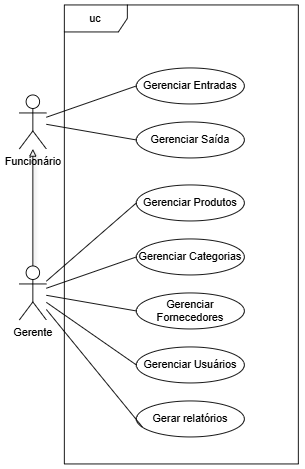
Before: Documentações/Diagrama_de_Caso_de_Uso.png, a diagram exported from draw.io (Estagio-UniFil/estagio-fernanda). Source tidied: cells renumbered, new cells last; positions are measured from the earlier drawing's top-left corner, leaving out a move shared by most shapes. The source it was exported from:
```xml
<mxGraphModel>
  <root>
    <mxCell id="0" />
    <mxCell id="1" parent="0" />
    <mxCell id="2" value="Gerente" style="shape=umlActor;verticalLabelPosition=bottom;verticalAlign=top;html=1;outlineConnect=0;" parent="1" vertex="1">
      <mxGeometry y="290" width="30" height="60" as="geometry" />
    </mxCell>
    <mxCell id="3" value="Funcionário" style="shape=umlActor;verticalLabelPosition=bottom;verticalAlign=top;html=1;outlineConnect=0;" parent="1" vertex="1">
      <mxGeometry y="100" width="30" height="60" as="geometry" />
    </mxCell>
    <mxCell id="4" value="Gerenciar Fornecedores" style="ellipse;whiteSpace=wrap;html=1;" parent="1" vertex="1">
      <mxGeometry x="130" y="320" width="120" height="40" as="geometry" />
    </mxCell>
    <mxCell id="5" value="Gerenciar Categorias" style="ellipse;whiteSpace=wrap;html=1;" parent="1" vertex="1">
      <mxGeometry x="130" y="260" width="120" height="40" as="geometry" />
    </mxCell>
    <mxCell id="6" value="Gerenciar Produtos" style="ellipse;whiteSpace=wrap;html=1;" parent="1" vertex="1">
      <mxGeometry x="130" y="200" width="120" height="40" as="geometry" />
    </mxCell>
    <mxCell id="7" value="Gerenciar Usuários" style="ellipse;whiteSpace=wrap;html=1;" parent="1" vertex="1">
      <mxGeometry x="130" y="380" width="120" height="40" as="geometry" />
    </mxCell>
    <mxCell id="8" value="Gerar relatórios" style="ellipse;whiteSpace=wrap;html=1;" parent="1" vertex="1">
      <mxGeometry x="130" y="440" width="120" height="40" as="geometry" />
    </mxCell>
    <mxCell id="9" value="Gerenciar Entradas" style="ellipse;whiteSpace=wrap;html=1;" parent="1" vertex="1">
      <mxGeometry x="130" y="70" width="120" height="40" as="geometry" />
    </mxCell>
    <mxCell id="10" value="Gerenciar Saída" style="ellipse;whiteSpace=wrap;html=1;" parent="1" vertex="1">
      <mxGeometry x="130" y="130" width="120" height="40" as="geometry" />
    </mxCell>
    <mxCell id="11" style="endArrow=none;html=1;rounded=0;exitX=0;exitY=0.5;exitDx=0;exitDy=0;" parent="1" edge="1" source="9" target="3">
      <mxGeometry relative="1" as="geometry" />
    </mxCell>
    <mxCell id="12" style="endArrow=none;html=1;rounded=0;entryX=0;entryY=0.5;entryDx=0;entryDy=0;" parent="1" edge="1" source="3" target="10">
      <mxGeometry relative="1" as="geometry" />
    </mxCell>
    <mxCell id="13" style="endArrow=none;html=1;rounded=0;entryX=0;entryY=0.5;entryDx=0;entryDy=0;" parent="1" edge="1" source="2" target="6">
      <mxGeometry relative="1" as="geometry" />
    </mxCell>
    <mxCell id="14" style="endArrow=none;html=1;rounded=0;entryX=0;entryY=0.5;entryDx=0;entryDy=0;" parent="1" edge="1" source="2" target="5">
      <mxGeometry relative="1" as="geometry" />
    </mxCell>
    <mxCell id="15" style="endArrow=none;html=1;rounded=0;entryX=0;entryY=0.5;entryDx=0;entryDy=0;" parent="1" edge="1" source="2" target="4">
      <mxGeometry relative="1" as="geometry" />
    </mxCell>
    <mxCell id="16" style="endArrow=none;html=1;rounded=0;entryX=0;entryY=0.5;entryDx=0;entryDy=0;" parent="1" edge="1" source="2" target="7">
      <mxGeometry relative="1" as="geometry" />
    </mxCell>
    <mxCell id="17" style="endArrow=none;html=1;rounded=0;entryX=0.055;entryY=0.72;entryDx=0;entryDy=0;entryPerimeter=0;" parent="1" edge="1" source="2" target="8">
      <mxGeometry relative="1" as="geometry" />
    </mxCell>
    <mxCell id="18" value="uc" style="shape=umlFrame;whiteSpace=wrap;html=1;width=70;height=30;" parent="1" vertex="1">
      <mxGeometry x="50" width="260" height="510" as="geometry" />
    </mxCell>
    <mxCell id="19" style="endArrow=block;html=1;rounded=0;shadow=1;strokeColor=default;align=center;verticalAlign=middle;fontFamily=Helvetica;fontSize=11;fontColor=default;labelBackgroundColor=default;endFill=0;" parent="1" edge="1" source="2" target="3">
      <mxGeometry relative="1" as="geometry" />
    </mxCell>
  </root>
</mxGraphModel>
```
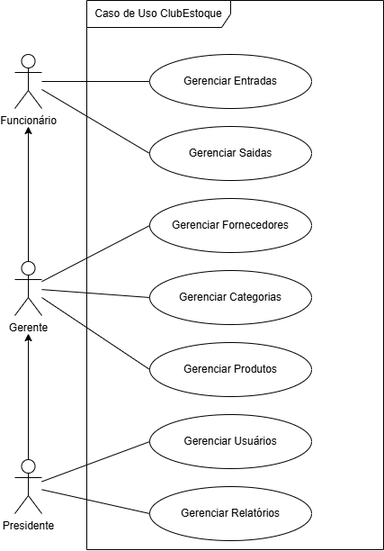
After the change.

Commit message:
Revisão com alterações

Diff of the diagram source:
```diff
@@ -2,59 +2,69 @@
   <root>
     <mxCell id="0" />
     <mxCell id="1" parent="0" />
-    <mxCell id="2" value="Gerente" style="shape=umlActor;verticalLabelPosition=bottom;verticalAlign=top;html=1;outlineConnect=0;" parent="1" vertex="1">
-      <mxGeometry y="290" width="30" height="60" as="geometry" />
-    </mxCell>
+    <mxCell id="20" style="edgeStyle=orthogonalEdgeStyle;rounded=0;jettySize=auto;html=1;endArrow=none;startFill=0;" parent="1" edge="1" source="3" target="9">
+      <mxGeometry relative="1" as="geometry" />
+    </mxCell>
-    <mxCell id="3" value="Funcionário" style="shape=umlActor;verticalLabelPosition=bottom;verticalAlign=top;html=1;outlineConnect=0;" parent="1" vertex="1">
-      <mxGeometry y="100" width="30" height="60" as="geometry" />
+    <mxCell id="3" value="Funcionário&lt;div&gt;&lt;br&gt;&lt;/div&gt;" style="shape=umlActor;verticalLabelPosition=bottom;verticalAlign=top;html=1;outlineConnect=0;" parent="1" vertex="1">
+      <mxGeometry x="-210" y="20" width="30" height="60" as="geometry" />
     </mxCell>
+    <mxCell id="21" value="Caso de Uso ClubEstoque" style="shape=umlFrame;whiteSpace=wrap;html=1;width=160;" parent="1" vertex="1">
+      <mxGeometry x="-130" y="-40" width="330" height="610" as="geometry" />
+    </mxCell>
+    <mxCell id="9" value="Gerenciar Entradas" style="ellipse;whiteSpace=wrap;html=1;" parent="21" vertex="1">
+      <mxGeometry x="70" y="60" width="180" height="60" as="geometry" />
+    </mxCell>
+    <mxCell id="22" value="Gerenciar Saidas" style="ellipse;whiteSpace=wrap;html=1;" parent="21" vertex="1">
+      <mxGeometry x="70" y="140" width="180" height="60" as="geometry" />
+    </mxCell>
-    <mxCell id="4" value="Gerenciar Fornecedores" style="ellipse;whiteSpace=wrap;html=1;" parent="1" vertex="1">
-      <mxGeometry x="130" y="320" width="120" height="40" as="geometry" />
+    <mxCell id="4" value="Gerenciar Fornecedores" style="ellipse;whiteSpace=wrap;html=1;" parent="21" vertex="1">
+      <mxGeometry x="70" y="220" width="180" height="60" as="geometry" />
     </mxCell>
-    <mxCell id="5" value="Gerenciar Categorias" style="ellipse;whiteSpace=wrap;html=1;" parent="1" vertex="1">
-      <mxGeometry x="130" y="260" width="120" height="40" as="geometry" />
+    <mxCell id="5" value="Gerenciar Categorias" style="ellipse;whiteSpace=wrap;html=1;" parent="21" vertex="1">
+      <mxGeometry x="70" y="300" width="180" height="60" as="geometry" />
     </mxCell>
-    <mxCell id="6" value="Gerenciar Produtos" style="ellipse;whiteSpace=wrap;html=1;" parent="1" vertex="1">
-      <mxGeometry x="130" y="200" width="120" height="40" as="geometry" />
+    <mxCell id="6" value="Gerenciar&lt;span style=&quot;background-color: transparent; color: light-dark(rgb(0, 0, 0), rgb(255, 255, 255));&quot;&gt;&amp;nbsp;Produtos&lt;/span&gt;" style="ellipse;whiteSpace=wrap;html=1;" parent="21" vertex="1">
+      <mxGeometry x="70" y="380" width="180" height="60" as="geometry" />
     </mxCell>
-    <mxCell id="7" value="Gerenciar Usuários" style="ellipse;whiteSpace=wrap;html=1;" parent="1" vertex="1">
-      <mxGeometry x="130" y="380" width="120" height="40" as="geometry" />
+    <mxCell id="7" value="Gerenciar&lt;span style=&quot;background-color: transparent; color: light-dark(rgb(0, 0, 0), rgb(255, 255, 255));&quot;&gt;&amp;nbsp;Usuários&lt;/span&gt;" style="ellipse;whiteSpace=wrap;html=1;" parent="21" vertex="1">
+      <mxGeometry x="70" y="460" width="180" height="60" as="geometry" />
     </mxCell>
-    <mxCell id="8" value="Gerar relatórios" style="ellipse;whiteSpace=wrap;html=1;" parent="1" vertex="1">
-      <mxGeometry x="130" y="440" width="120" height="40" as="geometry" />
-    </mxCell>
-    <mxCell id="9" value="Gerenciar Entradas" style="ellipse;whiteSpace=wrap;html=1;" parent="1" vertex="1">
-      <mxGeometry x="130" y="70" width="120" height="40" as="geometry" />
-    </mxCell>
-    <mxCell id="10" value="Gerenciar Saída" style="ellipse;whiteSpace=wrap;html=1;" parent="1" vertex="1">
-      <mxGeometry x="130" y="130" width="120" height="40" as="geometry" />
-    </mxCell>
-    <mxCell id="11" style="endArrow=none;html=1;rounded=0;exitX=0;exitY=0.5;exitDx=0;exitDy=0;" parent="1" edge="1" source="9" target="3">
-      <mxGeometry relative="1" as="geometry" />
-    </mxCell>
-    <mxCell id="12" style="endArrow=none;html=1;rounded=0;entryX=0;entryY=0.5;entryDx=0;entryDy=0;" parent="1" edge="1" source="3" target="10">
-      <mxGeometry relative="1" as="geometry" />
-    </mxCell>
+    <mxCell id="23" value="Gerenciar&lt;span style=&quot;background-color: transparent; color: light-dark(rgb(0, 0, 0), rgb(255, 255, 255));&quot;&gt;&amp;nbsp;Relatórios&lt;/span&gt;" style="ellipse;whiteSpace=wrap;html=1;" parent="21" vertex="1">
+      <mxGeometry x="70" y="540" width="180" height="60" as="geometry" />
+    </mxCell>
+    <mxCell id="2" value="Gerente" style="shape=umlActor;verticalLabelPosition=bottom;verticalAlign=top;html=1;outlineConnect=0;" parent="1" vertex="1">
+      <mxGeometry x="-210" y="250" width="30" height="60" as="geometry" />
+    </mxCell>
+    <mxCell id="24" value="Presidente" style="shape=umlActor;verticalLabelPosition=bottom;verticalAlign=top;html=1;outlineConnect=0;" parent="1" vertex="1">
+      <mxGeometry x="-210" y="470" width="30" height="60" as="geometry" />
+    </mxCell>
+    <mxCell id="25" style="endArrow=none;html=1;rounded=0;exitX=0;exitY=0.5;exitDx=0;exitDy=0;" parent="1" edge="1" source="22" target="3">
+      <mxGeometry relative="1" as="geometry" />
+    </mxCell>
+    <mxCell id="15" style="endArrow=none;html=1;rounded=0;entryX=0;entryY=0.5;entryDx=0;entryDy=0;" parent="1" edge="1" source="2" target="4">
+      <mxGeometry relative="1" as="geometry" />
+    </mxCell>
+    <mxCell id="14" style="endArrow=none;html=1;rounded=0;entryX=0;entryY=0.5;entryDx=0;entryDy=0;" parent="1" edge="1" source="2" target="5">
+      <mxGeometry relative="1" as="geometry" />
+    </mxCell>
     <mxCell id="13" style="endArrow=none;html=1;rounded=0;entryX=0;entryY=0.5;entryDx=0;entryDy=0;" parent="1" edge="1" source="2" target="6">
       <mxGeometry relative="1" as="geometry" />
     </mxCell>
-    <mxCell id="14" style="endArrow=none;html=1;rounded=0;entryX=0;entryY=0.5;entryDx=0;entryDy=0;" parent="1" edge="1" source="2" target="5">
-      <mxGeometry relative="1" as="geometry" />
-    </mxCell>
-    <mxCell id="15" style="endArrow=none;html=1;rounded=0;entryX=0;entryY=0.5;entryDx=0;entryDy=0;" parent="1" edge="1" source="2" target="4">
-      <mxGeometry relative="1" as="geometry" />
-    </mxCell>
-    <mxCell id="16" style="endArrow=none;html=1;rounded=0;entryX=0;entryY=0.5;entryDx=0;entryDy=0;" parent="1" edge="1" source="2" target="7">
-      <mxGeometry relative="1" as="geometry" />
-    </mxCell>
-    <mxCell id="17" style="endArrow=none;html=1;rounded=0;entryX=0.055;entryY=0.72;entryDx=0;entryDy=0;entryPerimeter=0;" parent="1" edge="1" source="2" target="8">
-      <mxGeometry relative="1" as="geometry" />
-    </mxCell>
-    <mxCell id="18" value="uc" style="shape=umlFrame;whiteSpace=wrap;html=1;width=70;height=30;" parent="1" vertex="1">
-      <mxGeometry x="50" width="260" height="510" as="geometry" />
-    </mxCell>
-    <mxCell id="19" style="endArrow=block;html=1;rounded=0;shadow=1;strokeColor=default;align=center;verticalAlign=middle;fontFamily=Helvetica;fontSize=11;fontColor=default;labelBackgroundColor=default;endFill=0;" parent="1" edge="1" source="2" target="3">
-      <mxGeometry relative="1" as="geometry" />
-    </mxCell>
+    <mxCell id="26" style="endArrow=none;html=1;rounded=0;entryX=0;entryY=0.5;entryDx=0;entryDy=0;" parent="1" edge="1" source="24" target="7">
+      <mxGeometry relative="1" as="geometry" />
+    </mxCell>
+    <mxCell id="27" style="endArrow=none;html=1;rounded=0;entryX=0;entryY=0.5;entryDx=0;entryDy=0;" parent="1" edge="1" source="24" target="23">
+      <mxGeometry relative="1" as="geometry" />
+    </mxCell>
+    <mxCell id="28" style="endArrow=classic;html=1;rounded=0;exitX=0.5;exitY=0;exitDx=0;exitDy=0;exitPerimeter=0;" parent="1" edge="1" source="24">
+      <mxGeometry relative="1" as="geometry">
+        <mxPoint x="-195" y="330" as="targetPoint" />
+      </mxGeometry>
+    </mxCell>
+    <mxCell id="29" style="endArrow=classic;html=1;rounded=0;exitX=0.5;exitY=0;exitDx=0;exitDy=0;exitPerimeter=0;" parent="1" edge="1" source="2">
+      <mxGeometry relative="1" as="geometry">
+        <mxPoint x="-195" y="100" as="targetPoint" />
+      </mxGeometry>
+    </mxCell>
   </root>
 </mxGraphModel>
```
